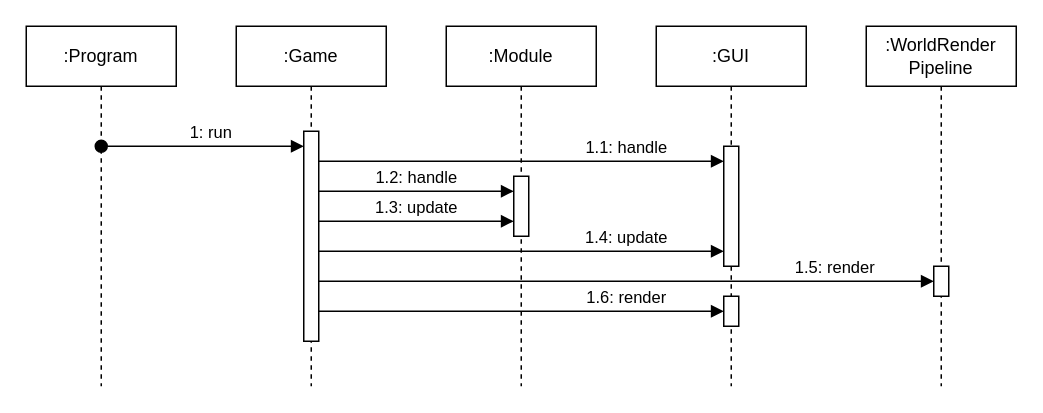
seedhartha/reone keeps this draw.io diagram as images/mainloop.drawio. Above is the earlier version. Source tidied: cells renumbered, new cells numbered last; positions are measured from the earlier drawing's top-left corner, leaving out a move shared by most shapes. Both pictures are drawn from the tidied source at 150%, with x=0, y=0 at pixel (26, 26).
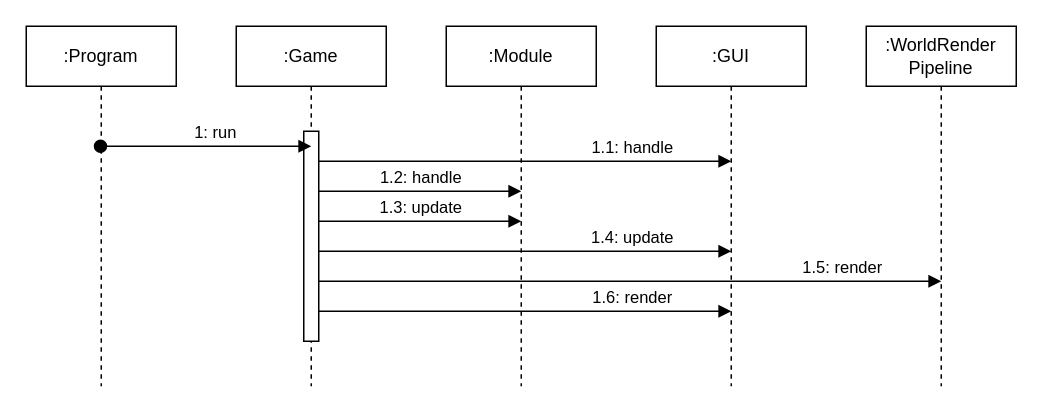
Above is the later version.

Commit message (it also covers changes not shown here):
Tweak diagrams

Unchanged cells that the change refers to:
```xml
<mxCell id="2" value=":Program" style="shape=umlLifeline;perimeter=lifelinePerimeter;whiteSpace=wrap;html=1;outlineConnect=0;" parent="1" vertex="1">
  <mxGeometry width="100" height="240" as="geometry" />
</mxCell>
<mxCell id="5" style="html=1;points=[];perimeter=orthogonalPerimeter;" parent="4" vertex="1">
  <mxGeometry x="45" y="70" width="10" height="140" as="geometry" />
</mxCell>
<mxCell id="6" value=":Module" style="shape=umlLifeline;perimeter=lifelinePerimeter;whiteSpace=wrap;html=1;" parent="1" vertex="1">
  <mxGeometry x="280" width="100" height="240" as="geometry" />
</mxCell>
<mxCell id="8" value=":GUI" style="shape=umlLifeline;perimeter=lifelinePerimeter;whiteSpace=wrap;html=1;" parent="1" vertex="1">
  <mxGeometry x="420" width="100" height="240" as="geometry" />
</mxCell>
<mxCell id="15" value=":WorldRender&lt;br&gt;Pipeline" style="shape=umlLifeline;perimeter=lifelinePerimeter;whiteSpace=wrap;html=1;" parent="1" vertex="1">
  <mxGeometry x="560" width="100" height="240" as="geometry" />
</mxCell>
```

What changed in the source:
```diff
@@
-    <mxCell id="3" value="1: run" style="html=1;verticalAlign=bottom;startArrow=oval;startFill=1;endArrow=block;startSize=8;" parent="2" edge="1" target="5">
-      <mxGeometry x="0.08" relative="1" as="geometry">
-        <mxPoint x="50" y="80" as="sourcePoint" />
-        <Array as="points">
-          <mxPoint x="120" y="80" />
-        </Array>
-      </mxGeometry>
-    </mxCell>
@@
-    <mxCell id="7" style="html=1;points=[];perimeter=orthogonalPerimeter;" parent="6" vertex="1">
-      <mxGeometry x="45" y="100" width="10" height="40" as="geometry" />
-    </mxCell>
@@
-    <mxCell id="9" style="html=1;points=[];perimeter=orthogonalPerimeter;" parent="8" vertex="1">
-      <mxGeometry x="45" y="80" width="10" height="80" as="geometry" />
-    </mxCell>
-    <mxCell id="10" style="html=1;points=[];perimeter=orthogonalPerimeter;" parent="8" vertex="1">
-      <mxGeometry x="45" y="180" width="10" height="20" as="geometry" />
-    </mxCell>
-    <mxCell id="11" value="1.1: handle" style="html=1;verticalAlign=bottom;endArrow=block;" parent="1" edge="1" source="5" target="9">
+    <mxCell id="11" value="1.1: handle" style="html=1;verticalAlign=bottom;endArrow=block;" parent="1" edge="1" source="5">
       <mxGeometry x="0.52" relative="1" as="geometry">
-        <Array as="points">
-          <mxPoint x="260" y="90" />
-        </Array>
+        <mxPoint x="470" y="90" as="targetPoint" />
       </mxGeometry>
     </mxCell>
-    <mxCell id="12" value="1.2: handle" style="html=1;verticalAlign=bottom;endArrow=block;" parent="1" edge="1" source="5" target="7">
+    <mxCell id="12" value="1.2: handle" style="html=1;verticalAlign=bottom;endArrow=block;" parent="1" edge="1" source="5">
       <mxGeometry relative="1" as="geometry">
-        <Array as="points">
-          <mxPoint x="210" y="110" />
-        </Array>
+        <mxPoint x="330" y="110" as="targetPoint" />
       </mxGeometry>
     </mxCell>
-    <mxCell id="13" value="1.3: update" style="html=1;verticalAlign=bottom;endArrow=block;" parent="1" edge="1" source="5" target="7">
+    <mxCell id="13" value="1.3: update" style="html=1;verticalAlign=bottom;endArrow=block;" parent="1" edge="1" source="5">
       <mxGeometry relative="1" as="geometry">
-        <Array as="points">
-          <mxPoint x="290" y="130" />
-        </Array>
+        <mxPoint x="330" y="130" as="targetPoint" />
       </mxGeometry>
     </mxCell>
-    <mxCell id="14" value="1.4: update" style="html=1;verticalAlign=bottom;endArrow=block;" parent="1" edge="1" source="5" target="9">
+    <mxCell id="14" value="1.4: update" style="html=1;verticalAlign=bottom;endArrow=block;" parent="1" edge="1" source="5">
       <mxGeometry x="0.52" relative="1" as="geometry">
-        <Array as="points">
-          <mxPoint x="300" y="150" />
-        </Array>
+        <mxPoint x="470" y="150" as="targetPoint" />
       </mxGeometry>
     </mxCell>
@@
-    <mxCell id="16" style="html=1;points=[];perimeter=orthogonalPerimeter;" parent="15" vertex="1">
-      <mxGeometry x="45" y="160" width="10" height="20" as="geometry" />
-    </mxCell>
-    <mxCell id="17" value="1.5: render" style="html=1;verticalAlign=bottom;endArrow=block;" parent="1" edge="1" source="5" target="16">
+    <mxCell id="17" value="1.5: render" style="html=1;verticalAlign=bottom;endArrow=block;" parent="1" edge="1" source="5">
       <mxGeometry x="0.68" relative="1" as="geometry">
-        <Array as="points">
-          <mxPoint x="420" y="170" />
-        </Array>
+        <mxPoint x="610" y="170" as="targetPoint" />
       </mxGeometry>
     </mxCell>
-    <mxCell id="18" value="1.6: render" style="html=1;verticalAlign=bottom;endArrow=block;" parent="1" edge="1" source="5" target="10">
+    <mxCell id="18" value="1.6: render" style="html=1;verticalAlign=bottom;endArrow=block;" parent="1" edge="1" source="5">
       <mxGeometry x="0.52" relative="1" as="geometry">
-        <Array as="points">
-          <mxPoint x="400" y="190" />
-        </Array>
+        <mxPoint x="470" y="190" as="targetPoint" />
       </mxGeometry>
     </mxCell>
+    <mxCell id="3" value="1: run" style="html=1;verticalAlign=bottom;startArrow=oval;startFill=1;endArrow=block;startSize=8;" parent="1" edge="1" source="2">
+      <mxGeometry x="0.08" relative="1" as="geometry">
+        <mxPoint x="190" y="80" as="targetPoint" />
+      </mxGeometry>
+    </mxCell>
```
